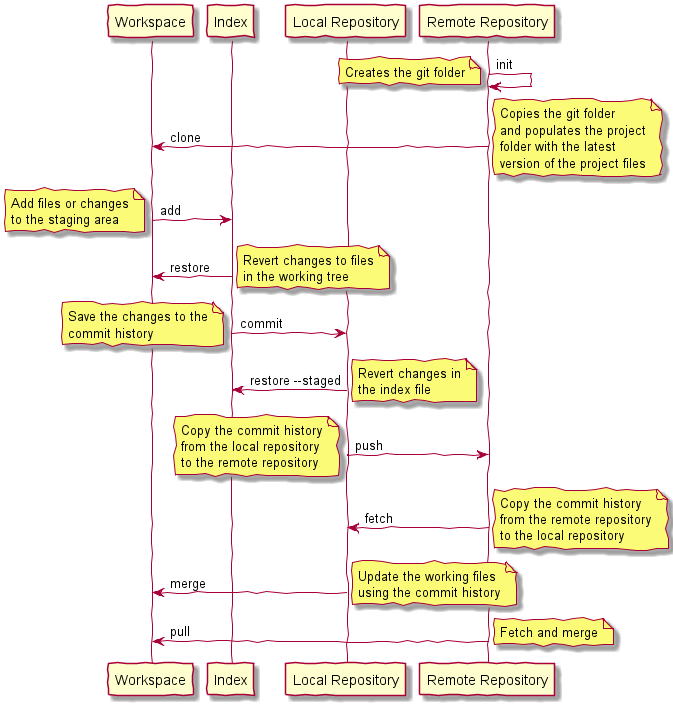
Earlier version of the PlantUML export Assets/images/git-dataflow-diagram.png (braboj/tutorial-git).
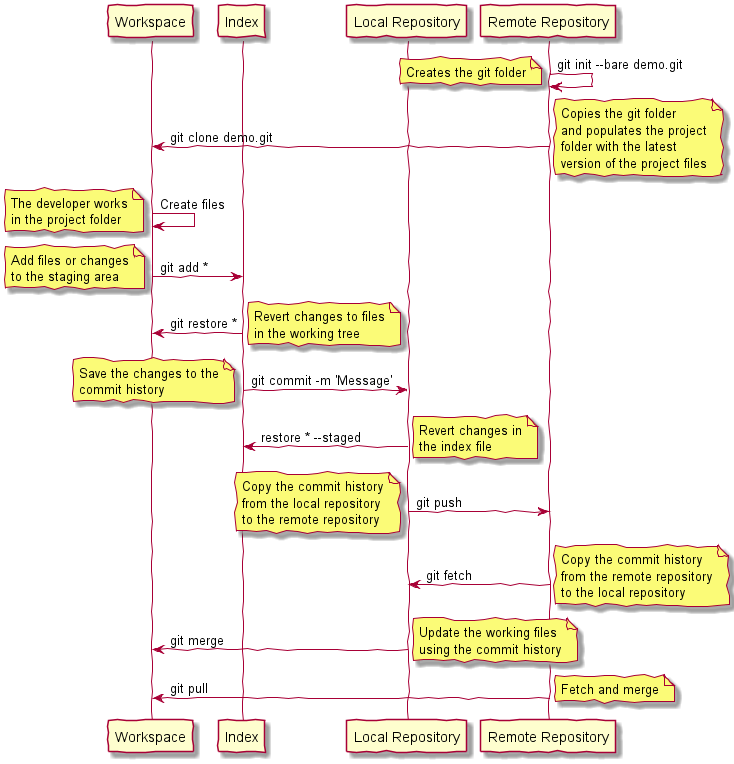
The same diagram one commit later.

Commit message:
(TUT-GIT) - Update of the dataflow diagram

Diff of the diagram source:
```diff
@@ -7,12 +7,12 @@
 participant "Local Repository" as Local
 participant "Remote Repository" as Remote
 
-Remote -> Remote    : init
+Remote -> Remote    : git init --bare demo.git
 note left
     Creates the git folder
 end note
 
-Remote -> Workspace : clone
+Remote -> Workspace : git clone demo.git
 note right
     Copies the git folder
     and populates the project
@@ -20,51 +20,57 @@
     version of the project files
 end note
 
-Workspace -> Index  : add
+Workspace -> Workspace : Create files
+note left
+    The developer works
+    in the project folder
+end note
+
+Workspace -> Index  : git add *
 note left
     Add files or changes
     to the staging area
 end note
 
-Index -> Workspace  : restore
+Index -> Workspace  : git restore *
 note right
     Revert changes to files
     in the working tree
 end note
 
-Index -> Local      : commit
+Index -> Local      : git commit -m 'Message'
 note left
     Save the changes to the
     commit history
 end note
 
-Local -> Index  :  restore --staged
+Local -> Index  :  restore * --staged
 note right
     Revert changes in
     the index file
 end note
 
-Local -> Remote     : push
+Local -> Remote     : git push
 note left
     Copy the commit history
     from the local repository
     to the remote repository
 end note
 
-Remote -> Local     : fetch
+Remote -> Local     : git fetch
 note right
     Copy the commit history
     from the remote repository
     to the local repository
 end note
 
-Local -> Workspace  : merge
+Local -> Workspace  : git merge
 note right
     Update the working files
     using the commit history
 end note
 
-Remote -> Workspace : pull
+Remote -> Workspace : git pull
 note right
    Fetch and merge
 end note
```
